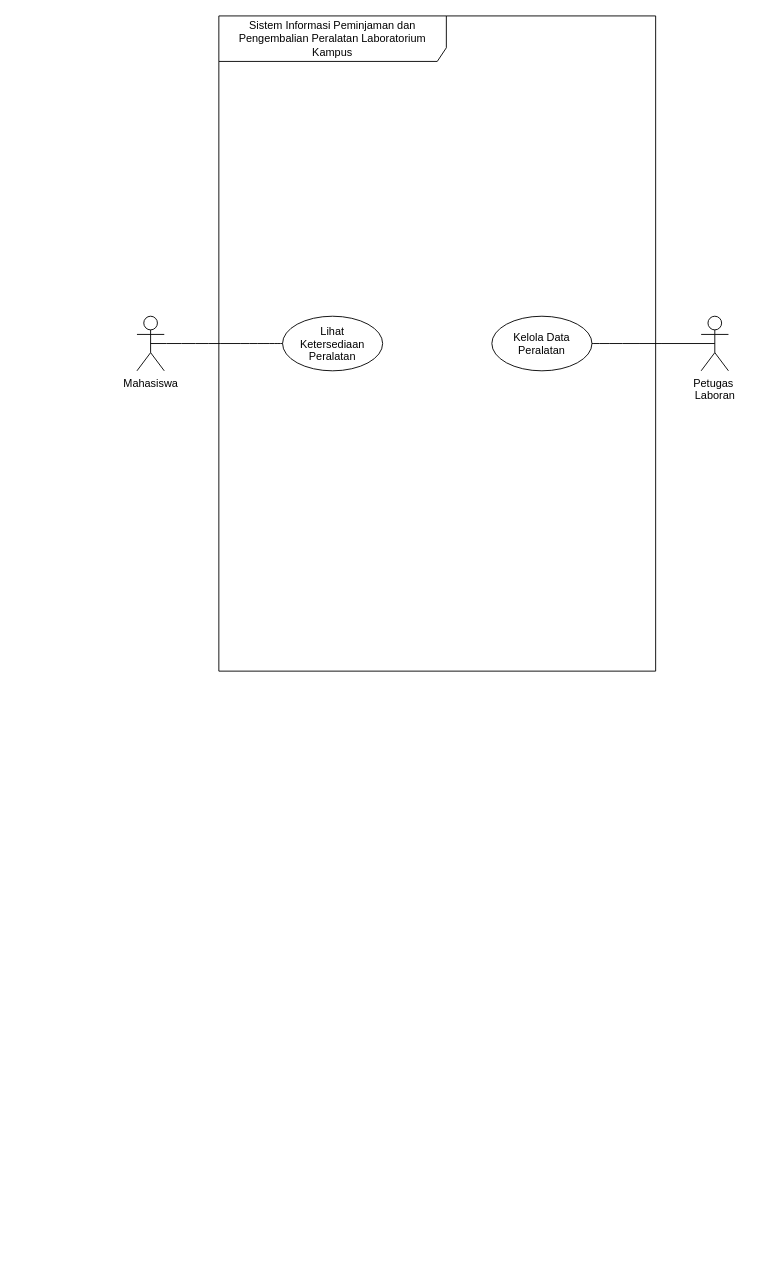
This is 03_latihan_tools/P02/LAB/P02_2406090_LAB_notasi_usecase.v01.drawio from April-btf/IFRWP5149_-2406090-_LabAlat, a draw.io file, before an edit. Source tidied: cells renumbered, new cells numbered last; positions are measured from the earlier drawing's top-left corner, leaving out a move shared by most shapes. Both pictures are drawn from the tidied source at 91%, with x=0, y=0 at pixel (136, 15).
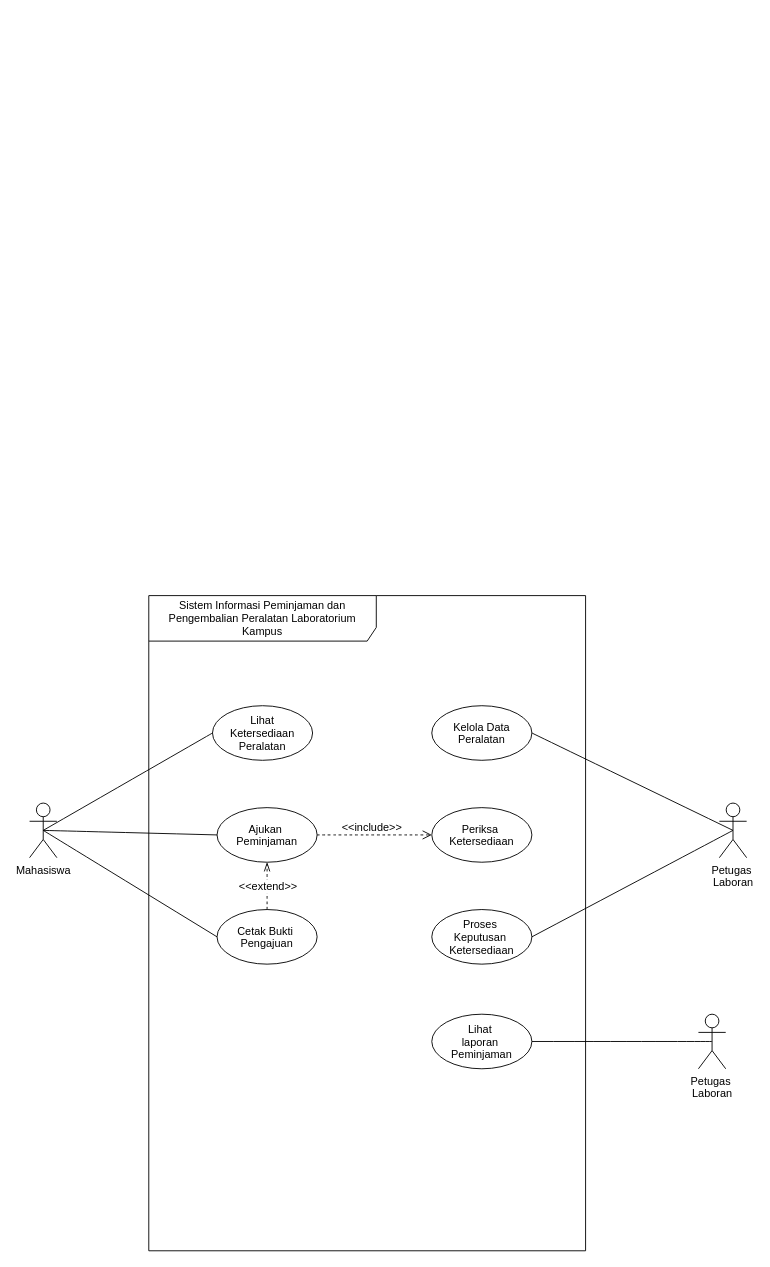
Above is the later version.

What changed in the source:
```diff
@@
     <mxCell id="2" value="Sistem Informasi Peminjaman dan Pengembalian Peralatan Laboratorium&lt;br/&gt;Kampus" style="shape=umlFrame;whiteSpace=wrap;html=1;width=250;height=50;" parent="1" vertex="1">
-      <mxGeometry x="90" width="480" height="720" as="geometry" />
+      <mxGeometry x="13" y="637" width="480" height="720" as="geometry" />
     </mxCell>
     <mxCell id="3" value="Lihat&#10; Ketersediaan &#10;Peralatan" style="ellipse;" parent="2" vertex="1">
-      <mxGeometry x="70" y="330" width="110" height="60" as="geometry" />
+      <mxGeometry x="70" y="121" width="110" height="60" as="geometry" />
     </mxCell>
     <mxCell id="4" value="Kelola Data&#10;Peralatan" style="ellipse;" parent="2" vertex="1">
-      <mxGeometry x="300" y="330" width="110" height="60" as="geometry" />
+      <mxGeometry x="311" y="121" width="110" height="60" as="geometry" />
     </mxCell>
+    <mxCell id="9" value="Ajukan &#10;Peminjaman" style="ellipse;" parent="2" vertex="1">
+      <mxGeometry x="75" y="233" width="110" height="60" as="geometry" />
+    </mxCell>
+    <mxCell id="10" style="edgeStyle=none;curved=1;rounded=0;curveGeometry=1;jettySize=auto;html=1;exitX=0.5;exitY=0;exitDx=0;exitDy=0;fontSize=12;startSize=8;endSize=8;endArrow=openThin;endFill=0;dashed=1;" parent="2" edge="1" source="12" target="9">
+      <mxGeometry relative="1" as="geometry" />
+    </mxCell>
+    <mxCell id="11" value="&amp;lt;&amp;lt;extend&amp;gt;&amp;gt;" style="edgeLabel;html=1;align=center;verticalAlign=middle;fontSize=12;" parent="10" vertex="1">
+      <mxGeometry x="0.02" relative="1" as="geometry">
+        <mxPoint y="1" as="offset" />
+      </mxGeometry>
+    </mxCell>
+    <mxCell id="12" value="Cetak Bukti &#10;Pengajuan" style="ellipse;" parent="2" vertex="1">
+      <mxGeometry x="75" y="345" width="110" height="60" as="geometry" />
+    </mxCell>
+    <mxCell id="13" value="Periksa &#10;Ketersediaan" style="ellipse;" parent="2" vertex="1">
+      <mxGeometry x="311" y="233" width="110" height="60" as="geometry" />
+    </mxCell>
+    <mxCell id="14" value="Proses &#10;Keputusan &#10;Ketersediaan" style="ellipse;" parent="2" vertex="1">
+      <mxGeometry x="311" y="345" width="110" height="60" as="geometry" />
+    </mxCell>
+    <mxCell id="15" value="Lihat &#10;laporan &#10;Peminjaman" style="ellipse;" parent="2" vertex="1">
+      <mxGeometry x="311" y="460" width="110" height="60" as="geometry" />
+    </mxCell>
+    <mxCell id="16" value="&amp;lt;&amp;lt;include&amp;gt;&amp;gt;" style="html=1;verticalAlign=bottom;labelBackgroundColor=none;endArrow=open;endFill=0;dashed=1;rounded=0;fontSize=12;startSize=8;endSize=8;curved=1;exitX=1;exitY=0.5;exitDx=0;exitDy=0;entryX=0;entryY=0.5;entryDx=0;entryDy=0;" parent="2" edge="1" source="9" target="13">
+      <mxGeometry x="-0.05" y="-1" relative="1" as="geometry" />
+    </mxCell>
+    <mxCell id="17" style="edgeStyle=none;curved=1;rounded=0;curveGeometry=1;jettySize=auto;html=1;exitX=0.5;exitY=0.5;exitDx=0;exitDy=0;exitPerimeter=0;entryX=0;entryY=0.5;entryDx=0;entryDy=0;fontSize=12;startSize=8;endSize=8;endArrow=none;endFill=0;" parent="1" edge="1" source="5" target="9">
+      <mxGeometry relative="1" as="geometry" />
+    </mxCell>
+    <mxCell id="18" style="edgeStyle=none;curved=1;rounded=0;curveGeometry=1;jettySize=auto;html=1;exitX=0.5;exitY=0.5;exitDx=0;exitDy=0;exitPerimeter=0;entryX=0;entryY=0.5;entryDx=0;entryDy=0;fontSize=12;startSize=8;endSize=8;endArrow=none;endFill=0;" parent="1" edge="1" source="5" target="12">
+      <mxGeometry relative="1" as="geometry" />
+    </mxCell>
     <mxCell id="5" value="Mahasiswa" style="shape=umlActor;verticalLabelPosition=bottom;verticalAlign=top;html=1;" parent="1" vertex="1">
-      <mxGeometry y="330" width="30" height="60" as="geometry" />
+      <mxGeometry x="-118" y="865" width="30" height="60" as="geometry" />
     </mxCell>
-    <mxCell id="6" value="Petugas&amp;nbsp;&lt;div&gt;Laboran&lt;/div&gt;" style="shape=umlActor;verticalLabelPosition=bottom;verticalAlign=top;html=1;" parent="1" vertex="1">
-      <mxGeometry x="620" y="330" width="30" height="60" as="geometry" />
-    </mxCell>
+    <mxCell id="19" style="edgeStyle=none;curved=1;rounded=0;curveGeometry=1;jettySize=auto;html=1;exitX=0.5;exitY=0.5;exitDx=0;exitDy=0;exitPerimeter=0;entryX=1;entryY=0.5;entryDx=0;entryDy=0;fontSize=12;startSize=8;endSize=8;endArrow=none;endFill=0;" parent="1" edge="1" source="20" target="14">
+      <mxGeometry relative="1" as="geometry" />
+    </mxCell>
+    <mxCell id="20" value="Petugas&amp;nbsp;&lt;div&gt;Laboran&lt;/div&gt;" style="shape=umlActor;verticalLabelPosition=bottom;verticalAlign=top;html=1;" parent="1" vertex="1">
+      <mxGeometry x="640" y="865" width="30" height="60" as="geometry" />
+    </mxCell>
@@
-    <mxCell id="8" style="curved=1;rounded=0;curveGeometry=1;jettySize=auto;html=1;exitX=1;exitY=0.5;exitDx=0;exitDy=0;entryX=0.5;entryY=0.5;entryDx=0;entryDy=0;entryPerimeter=0;fontSize=12;startSize=8;endSize=8;endArrow=none;endFill=0;" parent="1" edge="1" source="4" target="6">
-      <mxGeometry relative="1" as="geometry" />
-    </mxCell>
+    <mxCell id="21" style="curved=1;rounded=0;curveGeometry=1;jettySize=auto;html=1;exitX=1;exitY=0.5;exitDx=0;exitDy=0;entryX=0.5;entryY=0.5;entryDx=0;entryDy=0;entryPerimeter=0;fontSize=12;startSize=8;endSize=8;endArrow=none;endFill=0;" parent="1" edge="1" source="4" target="20">
+      <mxGeometry relative="1" as="geometry" />
+    </mxCell>
+    <mxCell id="22" style="edgeStyle=none;curved=1;rounded=0;curveGeometry=1;jettySize=auto;html=1;exitX=0.5;exitY=0.5;exitDx=0;exitDy=0;exitPerimeter=0;entryX=1;entryY=0.5;entryDx=0;entryDy=0;fontSize=12;startSize=8;endSize=8;endArrow=none;endFill=0;" parent="1" edge="1" source="23" target="15">
+      <mxGeometry relative="1" as="geometry" />
+    </mxCell>
+    <mxCell id="23" value="Petugas&amp;nbsp;&lt;div&gt;Laboran&lt;/div&gt;" style="shape=umlActor;verticalLabelPosition=bottom;verticalAlign=top;html=1;" parent="1" vertex="1">
+      <mxGeometry x="617" y="1097" width="30" height="60" as="geometry" />
+    </mxCell>
```
